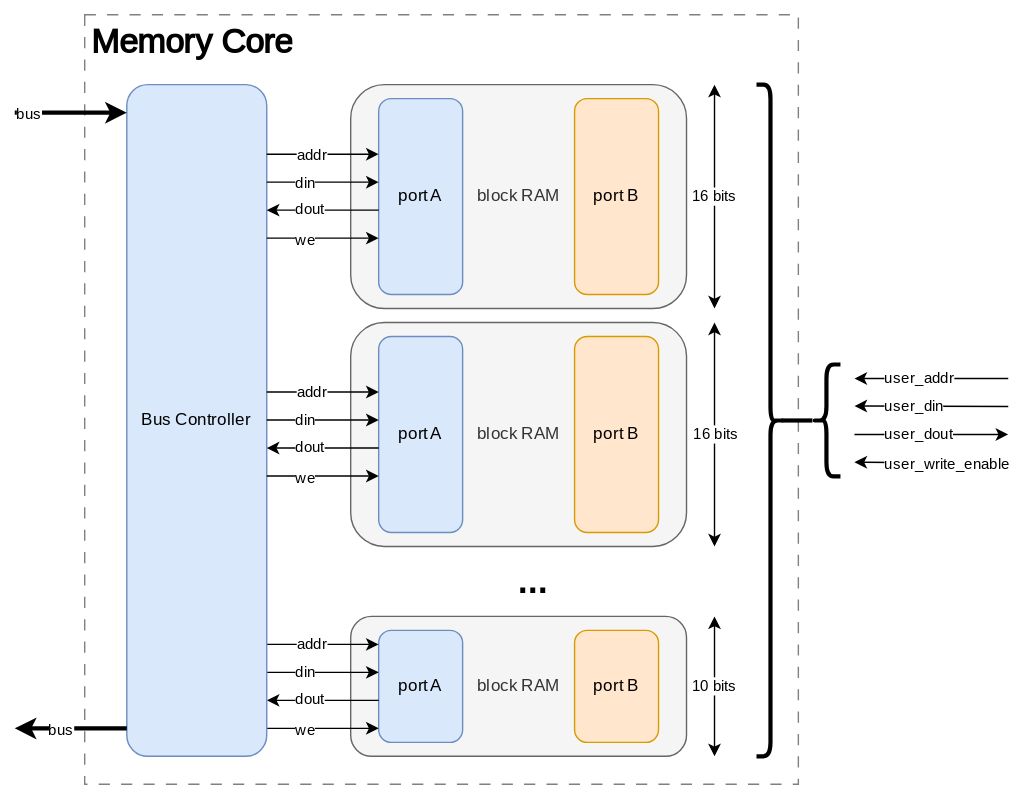
This is doc/assets/memory_architecture.drawio.svg from fischermoseley/manta, a draw.io export, as it was before one commit. Source tidied: cells renumbered, new cells last; positions are measured from the earlier drawing's top-left corner, leaving out a move shared by most shapes.
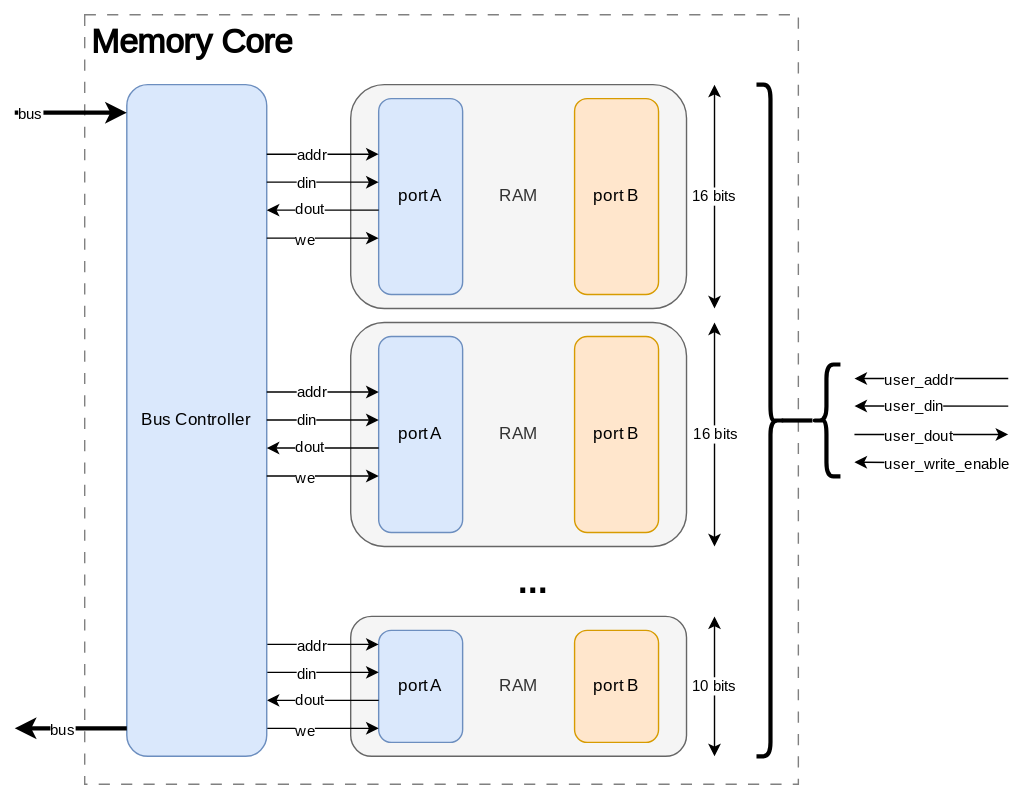
Later version of the same file.

Change to the diagram source:
```diff
@@ -8,7 +8,7 @@
     <mxCell id="3" style="rounded=0;whiteSpace=wrap;html=1;shadow=0;dashed=1;dashPattern=8 8;strokeColor=#808080;perimeterSpacing=0;gradientColor=none;fontFamily=Roboto;fontSource=https%3A%2F%2Ffonts.googleapis.com%2Fcss%3Ffamily%3DRoboto;" parent="1" vertex="1">
       <mxGeometry x="60" y="10" width="510" height="550" as="geometry" />
     </mxCell>
-    <mxCell id="4" value="block RAM" style="rounded=1;whiteSpace=wrap;html=1;fillColor=#f5f5f5;fontColor=#333333;strokeColor=#666666;fontFamily=Roboto;fontSource=https%3A%2F%2Ffonts.googleapis.com%2Fcss%3Ffamily%3DRoboto;" parent="1" vertex="1">
+    <mxCell id="4" value="RAM" style="rounded=1;whiteSpace=wrap;html=1;fillColor=#f5f5f5;fontColor=#333333;strokeColor=#666666;fontFamily=Roboto;fontSource=https%3A%2F%2Ffonts.googleapis.com%2Fcss%3Ffamily%3DRoboto;" parent="1" vertex="1">
       <mxGeometry x="250.1" y="440" width="240" height="100" as="geometry" />
     </mxCell>
     <mxCell id="5" value="port A" style="rounded=1;whiteSpace=wrap;html=1;fillColor=#dae8fc;strokeColor=#6c8ebf;fontFamily=Roboto;fontSource=https%3A%2F%2Ffonts.googleapis.com%2Fcss%3Ffamily%3DRoboto;" parent="1" vertex="1">
@@ -64,7 +64,7 @@
     <mxCell id="15" value="Bus Controller" style="rounded=1;whiteSpace=wrap;html=1;fillColor=#dae8fc;strokeColor=#6c8ebf;fontFamily=Roboto;fontSource=https%3A%2F%2Ffonts.googleapis.com%2Fcss%3Ffamily%3DRoboto;" parent="1" vertex="1">
       <mxGeometry x="90.1" y="60" width="100" height="480" as="geometry" />
     </mxCell>
-    <mxCell id="16" value="block RAM" style="rounded=1;whiteSpace=wrap;html=1;fillColor=#f5f5f5;fontColor=#333333;strokeColor=#666666;fontFamily=Roboto;fontSource=https%3A%2F%2Ffonts.googleapis.com%2Fcss%3Ffamily%3DRoboto;" parent="1" vertex="1">
+    <mxCell id="16" value="RAM" style="rounded=1;whiteSpace=wrap;html=1;fillColor=#f5f5f5;fontColor=#333333;strokeColor=#666666;fontFamily=Roboto;fontSource=https%3A%2F%2Ffonts.googleapis.com%2Fcss%3Ffamily%3DRoboto;" parent="1" vertex="1">
       <mxGeometry x="250.1" y="230" width="240" height="160" as="geometry" />
     </mxCell>
     <mxCell id="17" value="port A" style="rounded=1;whiteSpace=wrap;html=1;fillColor=#dae8fc;strokeColor=#6c8ebf;fontFamily=Roboto;fontSource=https%3A%2F%2Ffonts.googleapis.com%2Fcss%3Ffamily%3DRoboto;" parent="1" vertex="1">
@@ -177,7 +177,7 @@
         <mxPoint x="-15" as="offset" />
       </mxGeometry>
     </mxCell>
-    <mxCell id="38" value="block RAM" style="rounded=1;whiteSpace=wrap;html=1;fillColor=#f5f5f5;fontColor=#333333;strokeColor=#666666;fontFamily=Roboto;fontSource=https%3A%2F%2Ffonts.googleapis.com%2Fcss%3Ffamily%3DRoboto;" parent="1" vertex="1">
+    <mxCell id="38" value="RAM" style="rounded=1;whiteSpace=wrap;html=1;fillColor=#f5f5f5;fontColor=#333333;strokeColor=#666666;fontFamily=Roboto;fontSource=https%3A%2F%2Ffonts.googleapis.com%2Fcss%3Ffamily%3DRoboto;" parent="1" vertex="1">
       <mxGeometry x="250.1" y="60" width="240" height="160" as="geometry" />
     </mxCell>
     <mxCell id="39" value="port A" style="rounded=1;whiteSpace=wrap;html=1;fillColor=#dae8fc;strokeColor=#6c8ebf;fontFamily=Roboto;fontSource=https%3A%2F%2Ffonts.googleapis.com%2Fcss%3Ffamily%3DRoboto;" parent="1" vertex="1">
```
